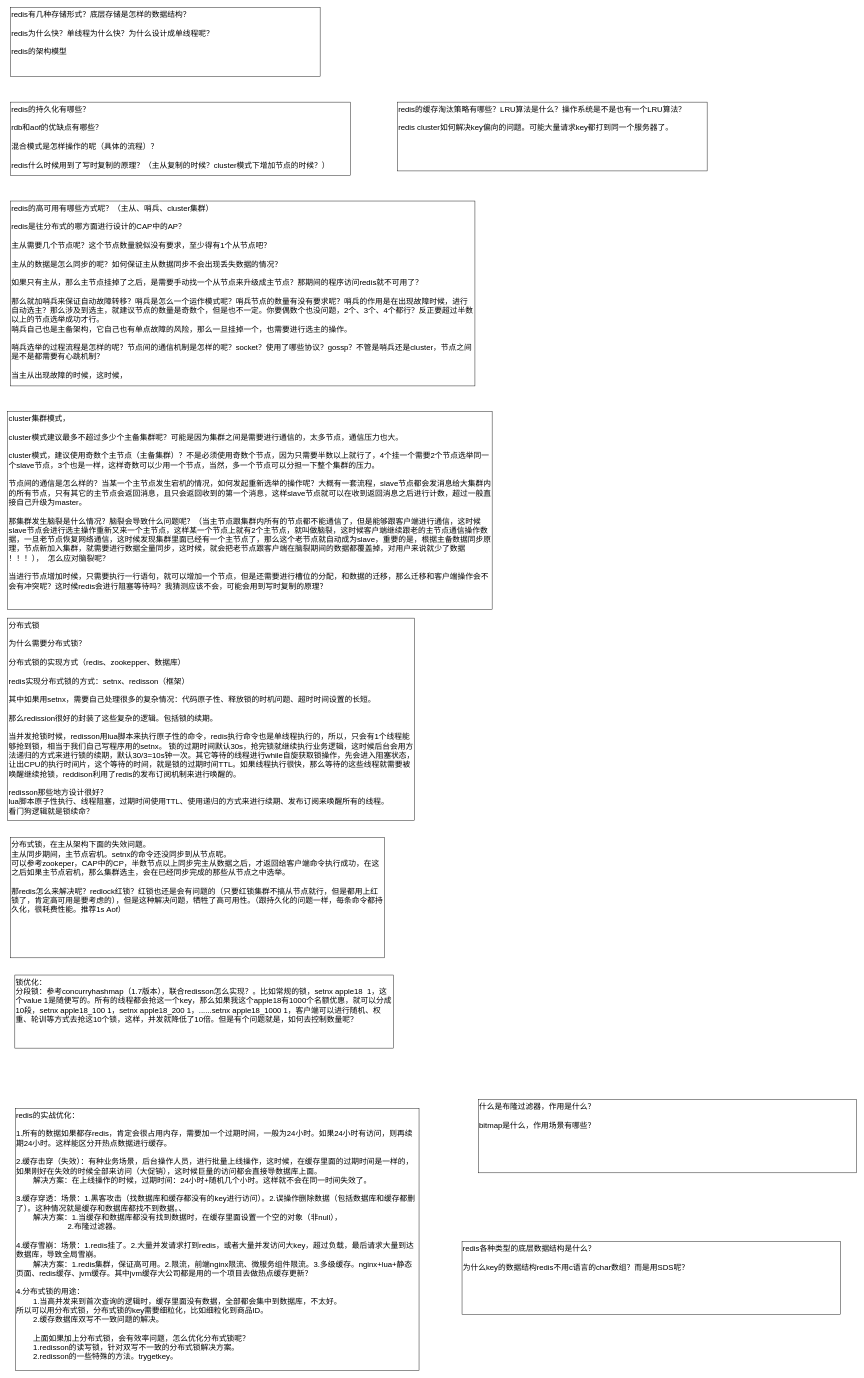
KGwolf/MyDraw keeps this draw.io diagram as JAVA/Redis.drawio. Above is the earlier version. Source tidied: cells renumbered, new cells numbered last; positions are measured from the earlier drawing's top-left corner, leaving out a move shared by most shapes. Both pictures are drawn from the tidied source at 43%, with x=0, y=0 at pixel (8, 7).
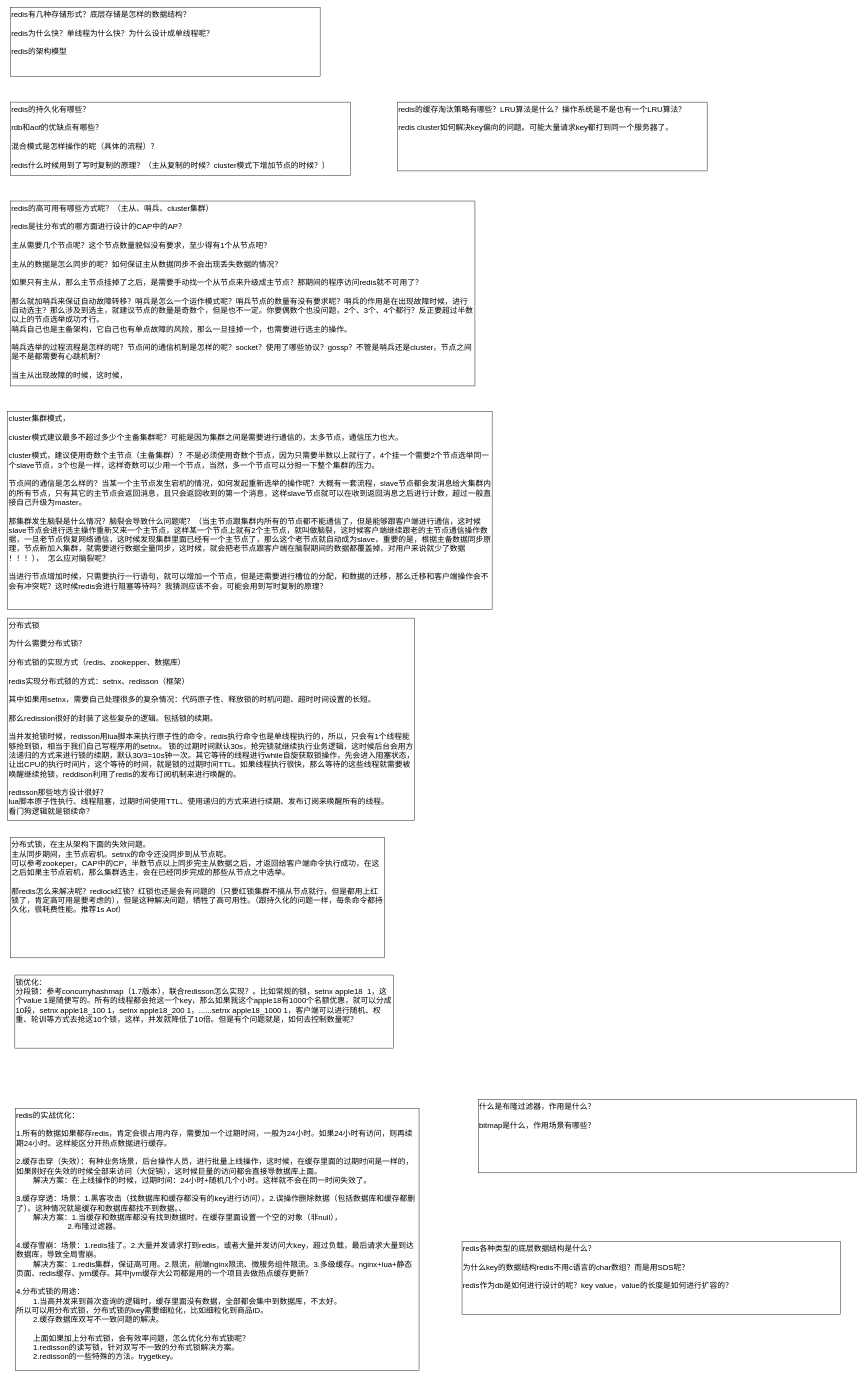
Above is the later version.

Diff of the diagram source:
```diff
@@
 <mxGraphModel>
   <root>
     <mxCell id="0" />
     <mxCell id="1" parent="0" />
     <mxCell id="2" value="redis有几种存储形式？底层存储是怎样的数据结构？&lt;br&gt;&lt;br&gt;redis为什么快？单线程为什么快？为什么设计成单线程呢？&lt;br&gt;&lt;br&gt;redis的架构模型" style="rounded=0;whiteSpace=wrap;html=1;fontSize=18;align=left;verticalAlign=top;" parent="1" vertex="1">
       <mxGeometry x="6" width="720" height="160" as="geometry" />
     </mxCell>
     <mxCell id="3" value="redis的持久化有哪些？&lt;br&gt;&lt;br&gt;rdb和aof的优缺点有哪些？&lt;br&gt;&lt;br&gt;混合模式是怎样操作的呢（具体的流程）？&lt;br&gt;&lt;br&gt;redis什么时候用到了写时复制的原理？（主从复制的时候？cluster模式下增加节点的时候？）" style="rounded=0;whiteSpace=wrap;html=1;fontSize=18;align=left;verticalAlign=top;" parent="1" vertex="1">
       <mxGeometry x="6" y="220" width="790" height="170" as="geometry" />
     </mxCell>
     <mxCell id="4" value="redis的高可用有哪些方式呢？（主从、哨兵、cluster集群）&lt;br&gt;&lt;br&gt;redis是往分布式的哪方面进行设计的CAP中的AP？&lt;br&gt;&lt;br&gt;主从需要几个节点呢？这个节点数量貌似没有要求，至少得有1个从节点吧？&lt;br&gt;&lt;br&gt;主从的数据是怎么同步的呢？如何保证主从数据同步不会出现丢失数据的情况？&lt;br&gt;&lt;br&gt;如果只有主从，那么主节点挂掉了之后，是需要手动找一个从节点来升级成主节点？那期间的程序访问redis就不可用了？&lt;br&gt;&lt;br&gt;那么就加哨兵来保证自动故障转移？哨兵是怎么一个运作模式呢？哨兵节点的数量有没有要求呢？哨兵的作用是在出现故障时候，进行自动选主？那么涉及到选主，就建议节点的数量是奇数个，但是也不一定。你要偶数个也没问题，2个、3个、4个都行？反正要超过半数以上的节点选举成功才行。&lt;br&gt;哨兵自己也是主备架构，它自己也有单点故障的风险，那么一旦挂掉一个，也需要进行选主的操作。&lt;br&gt;&lt;br&gt;哨兵选举的过程流程是怎样的呢？节点间的通信机制是怎样的呢？socket？使用了哪些协议？gossp？不管是哨兵还是cluster，节点之间是不是都需要有心跳机制？&lt;br&gt;&lt;br&gt;当主从出现故障的时候，这时候，" style="rounded=0;whiteSpace=wrap;html=1;fontSize=18;align=left;verticalAlign=top;" parent="1" vertex="1">
       <mxGeometry x="6" y="450" width="1080" height="430" as="geometry" />
     </mxCell>
     <mxCell id="5" value="redis的缓存淘汰策略有哪些？LRU算法是什么？操作系统是不是也有一个LRU算法？&lt;br&gt;&lt;br&gt;redis cluster如何解决key偏向的问题。可能大量请求key都打到同一个服务器了。" style="rounded=0;whiteSpace=wrap;html=1;fontSize=18;align=left;verticalAlign=top;" parent="1" vertex="1">
       <mxGeometry x="906" y="220" width="720" height="160" as="geometry" />
     </mxCell>
     <mxCell id="6" value="cluster集群模式，&lt;br&gt;&lt;br&gt;cluster模式建议最多不超过多少个主备集群呢？可能是因为集群之间是需要进行通信的，太多节点，通信压力也大。&lt;br&gt;&lt;br&gt;cluster模式，建议使用奇数个主节点（主备集群）？不是必须使用奇数个节点，因为只需要半数以上就行了，4个挂一个需要2个节点选举同一个slave节点，3个也是一样，这样奇数可以少用一个节点，当然，多一个节点可以分担一下整个集群的压力。&lt;br&gt;&lt;br&gt;节点间的通信是怎么样的？当某一个主节点发生宕机的情况，如何发起重新选举的操作呢？大概有一套流程，slave节点都会发消息给大集群内的所有节点，只有其它的主节点会返回消息，且只会返回收到的第一个消息，这样slave节点就可以在收到返回消息之后进行计数，超过一般直接自己升级为master。&lt;br&gt;&lt;br&gt;那集群发生脑裂是什么情况？脑裂会导致什么问题呢？（当主节点跟集群内所有的节点都不能通信了，但是能够跟客户端进行通信，这时候slave节点会进行选主操作重新又来一个主节点，这样某一个节点上就有2个主节点，就叫做脑裂，这时候客户端继续跟老的主节点通信操作数据，一旦老节点恢复网络通信，这时候发现集群里面已经有一个主节点了，那么这个老节点就自动成为slave，重要的是，根据主备数据同步原理，节点新加入集群，就需要进行数据全量同步，这时候，就会把老节点跟客户端在脑裂期间的数据都覆盖掉，对用户来说就少了数据&lt;br&gt;！！！），&amp;nbsp; 怎么应对脑裂呢？&lt;br&gt;&lt;br&gt;当进行节点增加时候，只需要执行一行语句，就可以增加一个节点，但是还需要进行槽位的分配，和数据的迁移，那么迁移和客户端操作会不会有冲突呢？这时候redis会进行阻塞等待吗？我猜测应该不会，可能会用到写时复制的原理？" style="rounded=0;whiteSpace=wrap;html=1;fontSize=18;align=left;verticalAlign=top;" parent="1" vertex="1">
       <mxGeometry x="-0.5" y="940" width="1126.5" height="460" as="geometry" />
     </mxCell>
     <mxCell id="7" value="分布式锁&lt;br&gt;&lt;br&gt;为什么需要分布式锁？&lt;br&gt;&lt;br&gt;分布式锁的实现方式（redis、zookepper、数据库）&lt;br&gt;&lt;br&gt;redis实现分布式锁的方式：setnx、redisson（框架）&lt;br&gt;&lt;br&gt;其中如果用setnx，需要自己处理很多的复杂情况：代码原子性、释放锁的时机问题、超时时间设置的长短。&lt;br&gt;&lt;br&gt;那么redission很好的封装了这些复杂的逻辑。包括锁的续期。&lt;br&gt;&lt;br&gt;当并发抢锁时候，redisson用lua脚本来执行原子性的命令，redis执行命令也是单线程执行的，所以，只会有1个线程能够抢到锁，相当于我们自己写程序用的setnx。 锁的过期时间默认30s，抢完锁就继续执行业务逻辑，这时候后台会用方法递归的方式来进行锁的续期，默认30/3=10s钟一次。其它等待的线程进行while自旋获取锁操作，先会进入阻塞状态，让出CPU的执行时间片，这个等待的时间，就是锁的过期时间TTL。如果线程执行很快，那么等待的这些线程就需要被唤醒继续抢锁，reddison利用了redis的发布订阅机制来进行唤醒的。&lt;br&gt;&lt;br&gt;redisson那些地方设计很好？&lt;br&gt;lua脚本原子性执行、线程阻塞，过期时间使用TTL、使用递归的方式来进行续期、发布订阅来唤醒所有的线程。&lt;br&gt;看门狗逻辑就是锁续命？" style="rounded=0;whiteSpace=wrap;html=1;fontSize=18;align=left;verticalAlign=top;" parent="1" vertex="1">
       <mxGeometry x="-0.5" y="1420" width="946.5" height="470" as="geometry" />
     </mxCell>
     <mxCell id="8" value="分布式锁，在主从架构下面的失效问题。&lt;br&gt;主从同步期间，主节点宕机。setnx的命令还没同步到从节点呢。&lt;br&gt;可以参考zookeper，CAP中的CP，半数节点以上同步完主从数据之后，才返回给客户端命令执行成功，在这之后如果主节点宕机，那么集群选主，会在已经同步完成的那些从节点之中选举。&lt;br&gt;&lt;br&gt;那redis怎么来解决呢？redlock红锁？红锁也还是会有问题的（只要红锁集群不搞从节点就行，但是都用上红锁了，肯定高可用是要考虑的），但是这种解决问题，牺牲了高可用性。（跟持久化的问题一样，每条命令都持久化，很耗费性能。推荐1s Aof）" style="rounded=0;whiteSpace=wrap;html=1;fontSize=18;align=left;verticalAlign=top;" parent="1" vertex="1">
       <mxGeometry x="6" y="1930" width="870" height="280" as="geometry" />
     </mxCell>
     <mxCell id="9" value="锁优化：&lt;br&gt;分段锁：参考concurryhashmap（1.7版本），联合redisson怎么实现？。比如常规的锁，setnx apple18&amp;nbsp; 1，这个value 1是随便写的。所有的线程都会抢这一个key，那么如果我这个apple18有1000个名额优惠，就可以分成10段，setnx apple18_100 1，setnx apple18_200 1，......setnx apple18_1000 1，客户端可以进行随机、权重、轮训等方式去抢这10个锁，这样，并发就降低了10倍。但是有个问题就是，如何去控制数量呢？" style="rounded=0;whiteSpace=wrap;html=1;fontSize=18;align=left;verticalAlign=top;" parent="1" vertex="1">
       <mxGeometry x="16" y="2250" width="880" height="170" as="geometry" />
     </mxCell>
     <mxCell id="10" value="redis的实战优化：&lt;br&gt;&lt;br&gt;1.所有的数据如果都存redis，肯定会很占用内存，需要加一个过期时间，一般为24小时。如果24小时有访问，则再续期24小时。这样能区分开热点数据进行缓存。&lt;br&gt;&lt;br&gt;2.缓存击穿（失效）：有种业务场景，后台操作人员，进行批量上线操作，这时候，在缓存里面的过期时间是一样的，如果刚好在失效的时候全部来访问（大促销），这时候巨量的访问都会直接导数据库上面。&lt;br&gt;&lt;span style=&quot;white-space: pre;&quot;&gt;&#9;&lt;/span&gt;解决方案：在上线操作的时候，过期时间：24小时+随机几个小时。这样就不会在同一时间失效了。&lt;br&gt;&lt;br&gt;3.缓存穿透：场景：1.黑客攻击（找数据库和缓存都没有的key进行访问）。2.误操作删除数据（包括数据库和缓存都删了）。这种情况就是缓存和数据库都找不到数据。、&lt;br&gt;&lt;span style=&quot;white-space: pre;&quot;&gt;&#9;&lt;/span&gt;解决方案：1.当缓存和数据库都没有找到数据时，在缓存里面设置一个空的对象（非null），&lt;br&gt;&lt;span style=&quot;white-space: pre;&quot;&gt;&#9;&lt;/span&gt;&lt;span style=&quot;white-space: pre;&quot;&gt;&#9;&lt;/span&gt;&lt;span style=&quot;white-space: pre;&quot;&gt;&#9;&lt;/span&gt;2.布隆过滤器。&lt;br&gt;&lt;br&gt;4.缓存雪崩：场景：1.redis挂了。2.大量并发请求打到redis，或者大量并发访问大key，超过负载，最后请求大量到达数据库，导致全局雪崩。&lt;br&gt;&lt;span style=&quot;white-space: pre;&quot;&gt;&#9;&lt;/span&gt;解决方案：1.redis集群，保证高可用。2.限流，前端nginx限流、微服务组件限流。3.多级缓存。nginx+lua+静态页面、redis缓存、jvm缓存。其中jvm缓存大公司都是用的一个项目去做热点缓存更新？&lt;br&gt;&lt;br&gt;4.分布式锁的用途：&lt;br&gt;&lt;span style=&quot;white-space: pre;&quot;&gt;&#9;&lt;/span&gt;1.当高并发来到首次查询的逻辑时，缓存里面没有数据，全部都会集中到数据库，不太好。&lt;br&gt;所以可以用分布式锁，分布式锁的key需要细粒化，比如细粒化到商品ID。&lt;br&gt;&lt;span style=&quot;white-space: pre;&quot;&gt;&#9;&lt;/span&gt;2.缓存数据库双写不一致问题的解决。&lt;br&gt;&lt;br&gt;&lt;span style=&quot;white-space: pre;&quot;&gt;&#9;&lt;/span&gt;上面如果加上分布式锁，会有效率问题，怎么优化分布式锁呢？&lt;br&gt;&lt;span style=&quot;white-space: pre;&quot;&gt;&#9;&lt;/span&gt;1.redisson的读写锁，针对双写不一致的分布式锁解决方案。&lt;br&gt;&lt;span style=&quot;white-space: pre;&quot;&gt;&#9;&lt;/span&gt;2.redisson的一些特殊的方法。trygetkey。" style="rounded=0;whiteSpace=wrap;html=1;fontSize=18;align=left;verticalAlign=top;" parent="1" vertex="1">
       <mxGeometry x="17" y="2560" width="939" height="610" as="geometry" />
     </mxCell>
     <mxCell id="11" value="什么是布隆过滤器，作用是什么？&lt;br&gt;&lt;br&gt;bitmap是什么，作用场景有哪些？&lt;br&gt;" style="rounded=0;whiteSpace=wrap;html=1;fontSize=18;align=left;verticalAlign=top;" parent="1" vertex="1">
       <mxGeometry x="1094" y="2540" width="880" height="170" as="geometry" />
     </mxCell>
-    <mxCell id="12" value="redis各种类型的底层数据结构是什么？&lt;br&gt;&lt;br&gt;为什么key的数据结构redis不用c语言的char数组？而是用SDS呢？" style="rounded=0;whiteSpace=wrap;html=1;fontSize=18;align=left;verticalAlign=top;" parent="1" vertex="1">
+    <mxCell id="12" value="redis各种类型的底层数据结构是什么？&lt;br&gt;&lt;br&gt;为什么key的数据结构redis不用c语言的char数组？而是用SDS呢？&lt;br&gt;&lt;br&gt;redis作为db是如何进行设计的呢？key value，value的长度是如何进行扩容的？" style="rounded=0;whiteSpace=wrap;html=1;fontSize=18;align=left;verticalAlign=top;" parent="1" vertex="1">
       <mxGeometry x="1056" y="2870" width="880" height="170" as="geometry" />
     </mxCell>
   </root>
 </mxGraphModel>
```
